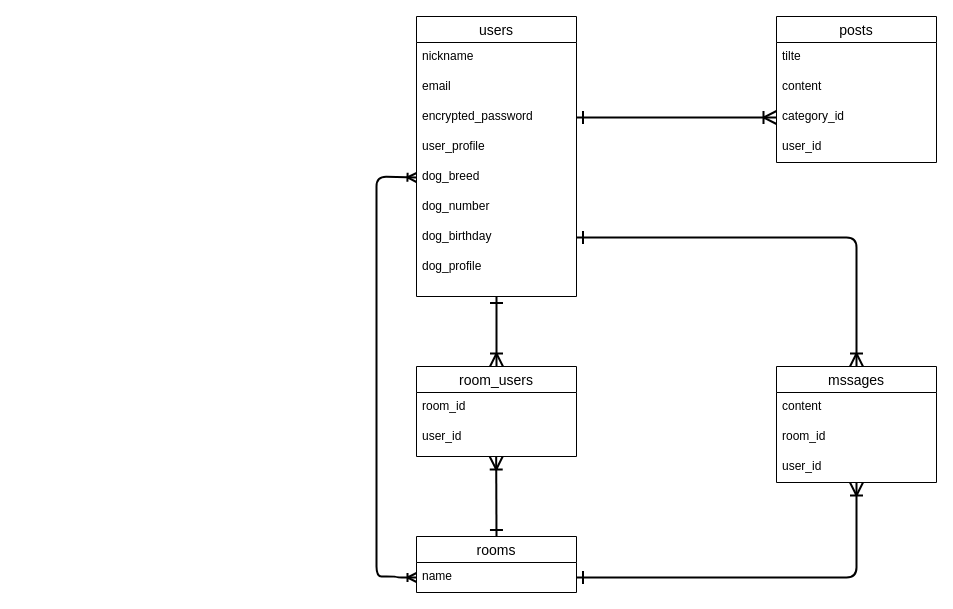
Earlier version of the draw.io diagram ER-picture.dio (tatsubou1545/originalapp-39073). Source tidied: cells renumbered, new cells numbered last; positions are measured from the earlier drawing's top-left corner, leaving out a move shared by most shapes. Both pictures are drawn from the tidied source at 100%, with x=0, y=0 at pixel (376, 16).
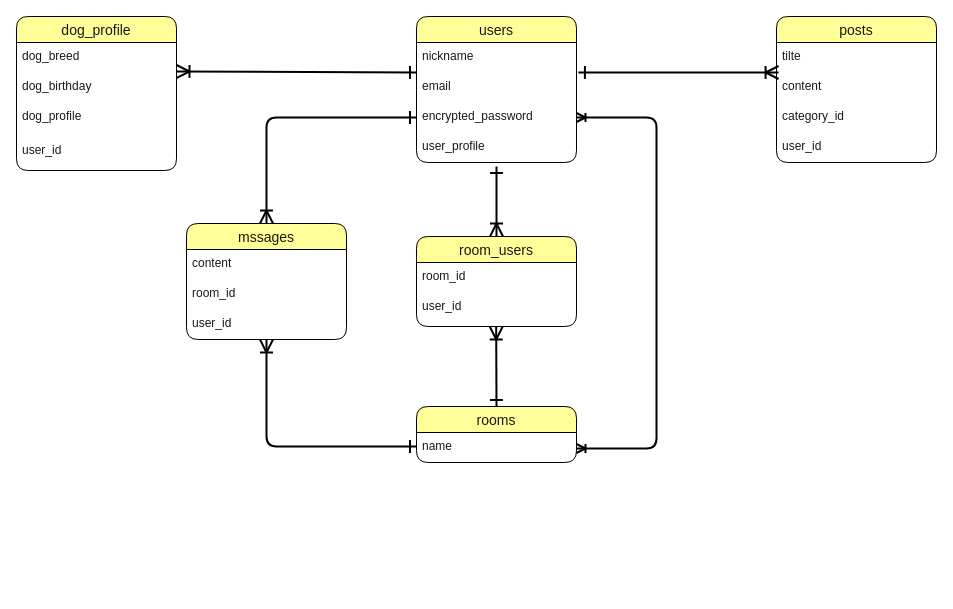
Above is the later version.

Diff of the diagram source:
```diff
@@
-<mxGraphModel>
+<mxGraphModel background="#ffffff">
@@
-    <mxCell id="2" value="posts" style="swimlane;fontStyle=0;horizontal=1;startSize=26;align=center;fontSize=14;" parent="1" vertex="1">
+    <mxCell id="2" value="posts" style="swimlane;fontStyle=0;horizontal=1;startSize=26;align=center;fontSize=14;rounded=1;fontColor=#000000;labelBackgroundColor=none;textOpacity=90;labelBorderColor=none;fillColor=#FFFF99;" parent="1" vertex="1">
       <mxGeometry x="400" width="160" height="146" as="geometry" />
     </mxCell>
-    <mxCell id="3" value="tilte" style="text;strokeColor=none;fillColor=none;spacingLeft=4;spacingRight=4;overflow=hidden;fontSize=12;" parent="2" vertex="1">
+    <mxCell id="3" value="tilte" style="text;strokeColor=none;fillColor=none;spacingLeft=4;spacingRight=4;overflow=hidden;fontSize=12;rounded=1;fontColor=#000000;labelBackgroundColor=none;textOpacity=90;labelBorderColor=none;" parent="2" vertex="1">
       <mxGeometry y="26" width="160" height="30" as="geometry" />
     </mxCell>
-    <mxCell id="4" value="content" style="text;strokeColor=none;fillColor=none;spacingLeft=4;spacingRight=4;overflow=hidden;points=[[0,0.5],[1,0.5]];portConstraint=eastwest;fontSize=12;" parent="2" vertex="1">
+    <mxCell id="4" value="content" style="text;strokeColor=none;fillColor=none;spacingLeft=4;spacingRight=4;overflow=hidden;points=[[0,0.5],[1,0.5]];portConstraint=eastwest;fontSize=12;rounded=1;fontColor=#000000;labelBackgroundColor=none;textOpacity=90;labelBorderColor=none;" parent="2" vertex="1">
       <mxGeometry y="56" width="160" height="30" as="geometry" />
     </mxCell>
-    <mxCell id="5" value="category_id" style="text;strokeColor=none;fillColor=none;spacingLeft=4;spacingRight=4;overflow=hidden;points=[[0,0.5],[1,0.5]];portConstraint=eastwest;fontSize=12;" parent="2" vertex="1">
+    <mxCell id="5" value="category_id" style="text;strokeColor=none;fillColor=none;spacingLeft=4;spacingRight=4;overflow=hidden;points=[[0,0.5],[1,0.5]];portConstraint=eastwest;fontSize=12;rounded=1;fontColor=#000000;labelBackgroundColor=none;textOpacity=90;labelBorderColor=none;" parent="2" vertex="1">
       <mxGeometry y="86" width="160" height="30" as="geometry" />
     </mxCell>
-    <mxCell id="6" value="user_id" style="text;strokeColor=none;fillColor=none;spacingLeft=4;spacingRight=4;overflow=hidden;fontSize=12;" parent="2" vertex="1">
+    <mxCell id="6" value="user_id" style="text;strokeColor=none;fillColor=none;spacingLeft=4;spacingRight=4;overflow=hidden;fontSize=12;rounded=1;fontColor=#000000;labelBackgroundColor=none;textOpacity=90;labelBorderColor=none;" parent="2" vertex="1">
       <mxGeometry y="116" width="160" height="30" as="geometry" />
     </mxCell>
-    <mxCell id="7" value="users" style="swimlane;fontStyle=0;horizontal=1;startSize=26;align=center;fontSize=14;" parent="1" vertex="1">
-      <mxGeometry x="40" width="160" height="280" as="geometry" />
+    <mxCell id="7" value="users" style="swimlane;fontStyle=0;horizontal=1;startSize=26;align=center;fontSize=14;rounded=1;fillColor=#FFFF99;fontColor=#000000;labelBackgroundColor=none;textOpacity=90;labelBorderColor=none;" parent="1" vertex="1">
+      <mxGeometry x="40" width="160" height="146" as="geometry" />
     </mxCell>
-    <mxCell id="8" value="nickname" style="text;strokeColor=none;fillColor=none;spacingLeft=4;spacingRight=4;overflow=hidden;fontSize=12;" parent="7" vertex="1">
+    <mxCell id="8" value="nickname" style="text;strokeColor=none;fillColor=none;spacingLeft=4;spacingRight=4;overflow=hidden;fontSize=12;rounded=1;fontColor=#000000;labelBackgroundColor=none;textOpacity=90;labelBorderColor=none;" parent="7" vertex="1">
       <mxGeometry y="26" width="160" height="30" as="geometry" />
     </mxCell>
-    <mxCell id="9" value="email" style="text;strokeColor=none;fillColor=none;spacingLeft=4;spacingRight=4;overflow=hidden;points=[[0,0.5],[1,0.5]];portConstraint=eastwest;fontSize=12;" parent="7" vertex="1">
+    <mxCell id="9" value="email" style="text;strokeColor=none;fillColor=none;spacingLeft=4;spacingRight=4;overflow=hidden;points=[[0,0.5],[1,0.5]];portConstraint=eastwest;fontSize=12;rounded=1;fontColor=#000000;labelBackgroundColor=none;textOpacity=90;labelBorderColor=none;" parent="7" vertex="1">
       <mxGeometry y="56" width="160" height="30" as="geometry" />
     </mxCell>
-    <mxCell id="10" value="encrypted_password" style="text;strokeColor=none;fillColor=none;spacingLeft=4;spacingRight=4;overflow=hidden;points=[[0,0.5],[1,0.5]];portConstraint=eastwest;fontSize=12;" parent="7" vertex="1">
+    <mxCell id="10" value="encrypted_password" style="text;strokeColor=none;fillColor=none;spacingLeft=4;spacingRight=4;overflow=hidden;points=[[0,0.5],[1,0.5]];portConstraint=eastwest;fontSize=12;rounded=1;fontColor=#000000;labelBackgroundColor=none;textOpacity=90;labelBorderColor=none;" parent="7" vertex="1">
       <mxGeometry y="86" width="160" height="30" as="geometry" />
     </mxCell>
-    <mxCell id="11" value="user_profile" style="text;strokeColor=none;fillColor=none;spacingLeft=4;spacingRight=4;overflow=hidden;fontSize=12;" parent="7" vertex="1">
+    <mxCell id="11" value="user_profile" style="text;strokeColor=none;fillColor=none;spacingLeft=4;spacingRight=4;overflow=hidden;fontSize=12;rounded=1;fontColor=#000000;labelBackgroundColor=none;textOpacity=90;labelBorderColor=none;" parent="7" vertex="1">
       <mxGeometry y="116" width="160" height="30" as="geometry" />
     </mxCell>
-    <mxCell id="12" value="dog_breed" style="text;strokeColor=none;fillColor=none;spacingLeft=4;spacingRight=4;overflow=hidden;points=[[0,0.5],[1,0.5]];portConstraint=eastwest;fontSize=12;" parent="7" vertex="1">
-      <mxGeometry y="146" width="160" height="30" as="geometry" />
-    </mxCell>
-    <mxCell id="13" value="dog_number" style="text;strokeColor=none;fillColor=none;spacingLeft=4;spacingRight=4;overflow=hidden;fontSize=12;" parent="7" vertex="1">
-      <mxGeometry y="176" width="160" height="30" as="geometry" />
-    </mxCell>
-    <mxCell id="14" value="dog_birthday" style="text;strokeColor=none;fillColor=none;spacingLeft=4;spacingRight=4;overflow=hidden;points=[[0,0.5],[1,0.5]];portConstraint=eastwest;fontSize=12;" parent="7" vertex="1">
-      <mxGeometry y="206" width="160" height="30" as="geometry" />
-    </mxCell>
-    <mxCell id="15" value="dog_profile" style="text;strokeColor=none;fillColor=none;spacingLeft=4;spacingRight=4;overflow=hidden;fontSize=12;" parent="7" vertex="1">
-      <mxGeometry y="236" width="160" height="44" as="geometry" />
-    </mxCell>
-    <mxCell id="16" value="rooms" style="swimlane;fontStyle=0;horizontal=1;startSize=26;align=center;fontSize=14;" parent="1" vertex="1">
-      <mxGeometry x="40" y="520" width="160" height="56" as="geometry" />
+    <mxCell id="16" value="rooms" style="swimlane;fontStyle=0;horizontal=1;startSize=26;align=center;fontSize=14;rounded=1;fontColor=#000000;labelBackgroundColor=none;textOpacity=90;labelBorderColor=none;fillColor=#FFFF99;" parent="1" vertex="1">
+      <mxGeometry x="40" y="390" width="160" height="56" as="geometry" />
     </mxCell>
-    <mxCell id="17" value="name" style="text;strokeColor=none;fillColor=none;spacingLeft=4;spacingRight=4;overflow=hidden;points=[[0,0.5],[1,0.5]];portConstraint=eastwest;fontSize=12;" parent="16" vertex="1">
+    <mxCell id="17" value="name" style="text;strokeColor=none;fillColor=none;spacingLeft=4;spacingRight=4;overflow=hidden;points=[[0,0.5],[1,0.5]];portConstraint=eastwest;fontSize=12;rounded=1;fontColor=#000000;labelBackgroundColor=none;textOpacity=90;labelBorderColor=none;" parent="16" vertex="1">
       <mxGeometry y="26" width="160" height="30" as="geometry" />
     </mxCell>
+    <mxCell id="31" style="edgeStyle=none;html=1;exitX=0;exitY=0.75;exitDx=0;exitDy=0;rounded=1;fontColor=#000000;labelBackgroundColor=none;textOpacity=90;labelBorderColor=none;" parent="16" edge="1" source="16" target="17">
+      <mxGeometry relative="1" as="geometry" />
+    </mxCell>
-    <mxCell id="18" value="room_users" style="swimlane;fontStyle=0;horizontal=1;startSize=26;align=center;fontSize=14;" parent="1" vertex="1">
-      <mxGeometry x="40" y="350" width="160" height="90" as="geometry" />
+    <mxCell id="18" value="room_users" style="swimlane;fontStyle=0;horizontal=1;startSize=26;align=center;fontSize=14;rounded=1;fontColor=#000000;labelBackgroundColor=none;textOpacity=90;labelBorderColor=none;fillStyle=auto;swimlaneFillColor=none;fillColor=#FFFF99;" parent="1" vertex="1">
+      <mxGeometry x="40" y="220" width="160" height="90" as="geometry" />
     </mxCell>
-    <mxCell id="19" value="room_id" style="text;strokeColor=none;fillColor=none;spacingLeft=4;spacingRight=4;overflow=hidden;fontSize=12;" parent="18" vertex="1">
+    <mxCell id="19" value="room_id" style="text;strokeColor=none;fillColor=none;spacingLeft=4;spacingRight=4;overflow=hidden;fontSize=12;rounded=1;fontColor=#000000;labelBackgroundColor=none;textOpacity=90;labelBorderColor=none;" parent="18" vertex="1">
       <mxGeometry y="26" width="160" height="30" as="geometry" />
     </mxCell>
-    <mxCell id="20" value="user_id" style="text;strokeColor=none;fillColor=none;spacingLeft=4;spacingRight=4;overflow=hidden;points=[[0,0.5],[1,0.5]];portConstraint=eastwest;fontSize=12;" parent="18" vertex="1">
+    <mxCell id="20" value="user_id" style="text;strokeColor=none;fillColor=none;spacingLeft=4;spacingRight=4;overflow=hidden;points=[[0,0.5],[1,0.5]];portConstraint=eastwest;fontSize=12;rounded=1;fontColor=#000000;labelBackgroundColor=none;textOpacity=90;labelBorderColor=none;" parent="18" vertex="1">
       <mxGeometry y="56" width="160" height="34" as="geometry" />
     </mxCell>
-    <mxCell id="21" value="mssages" style="swimlane;fontStyle=0;horizontal=1;startSize=26;align=center;fontSize=14;" parent="1" vertex="1">
-      <mxGeometry x="400" y="350" width="160" height="116" as="geometry" />
+    <mxCell id="21" value="mssages" style="swimlane;fontStyle=0;horizontal=1;startSize=26;align=center;fontSize=14;rounded=1;fontColor=#000000;labelBackgroundColor=none;textOpacity=90;labelBorderColor=none;fillColor=#FFFF99;" parent="1" vertex="1">
+      <mxGeometry x="-190" y="207" width="160" height="116" as="geometry" />
     </mxCell>
-    <mxCell id="22" value="content" style="text;strokeColor=none;fillColor=none;spacingLeft=4;spacingRight=4;overflow=hidden;fontSize=12;" parent="21" vertex="1">
+    <mxCell id="22" value="content" style="text;strokeColor=none;fillColor=none;spacingLeft=4;spacingRight=4;overflow=hidden;fontSize=12;rounded=1;fontColor=#000000;labelBackgroundColor=none;textOpacity=90;labelBorderColor=none;" parent="21" vertex="1">
       <mxGeometry y="26" width="160" height="30" as="geometry" />
     </mxCell>
-    <mxCell id="23" value="room_id" style="text;strokeColor=none;fillColor=none;spacingLeft=4;spacingRight=4;overflow=hidden;fontSize=12;" parent="21" vertex="1">
+    <mxCell id="23" value="room_id" style="text;strokeColor=none;fillColor=none;spacingLeft=4;spacingRight=4;overflow=hidden;fontSize=12;rounded=1;fontColor=#000000;labelBackgroundColor=none;textOpacity=90;labelBorderColor=none;" parent="21" vertex="1">
       <mxGeometry y="56" width="160" height="30" as="geometry" />
     </mxCell>
-    <mxCell id="24" value="user_id" style="text;strokeColor=none;fillColor=none;spacingLeft=4;spacingRight=4;overflow=hidden;fontSize=12;" parent="21" vertex="1">
+    <mxCell id="24" value="user_id" style="text;strokeColor=none;fillColor=none;spacingLeft=4;spacingRight=4;overflow=hidden;fontSize=12;rounded=1;fontColor=#000000;labelBackgroundColor=none;textOpacity=90;labelBorderColor=none;" parent="21" vertex="1">
       <mxGeometry y="86" width="160" height="30" as="geometry" />
     </mxCell>
-    <mxCell id="25" style="fontSize=12;html=1;endArrow=ERoneToMany;entryX=0;entryY=0.5;entryDx=0;entryDy=0;exitX=1;exitY=0.5;exitDx=0;exitDy=0;startArrow=ERone;startFill=0;strokeWidth=2;endSize=10;startSize=10;" parent="1" edge="1" source="10" target="5">
+    <mxCell id="25" style="fontSize=12;html=1;endArrow=ERoneToMany;entryX=0.013;entryY=0;entryDx=0;entryDy=0;exitX=1.012;exitY=0;exitDx=0;exitDy=0;startArrow=ERone;startFill=0;strokeWidth=2;endSize=10;startSize=10;exitPerimeter=0;entryPerimeter=0;rounded=1;fontColor=#000000;labelBackgroundColor=none;textOpacity=90;labelBorderColor=none;" parent="1" edge="1" source="9" target="4">
       <mxGeometry relative="1" as="geometry" />
     </mxCell>
-    <mxCell id="26" style="fontSize=12;html=1;endArrow=ERoneToMany;entryX=0.5;entryY=0;entryDx=0;entryDy=0;startArrow=ERone;startFill=0;strokeWidth=2;endSize=10;startSize=10;" parent="1" edge="1" target="18">
+    <mxCell id="26" style="fontSize=12;html=1;endArrow=ERoneToMany;entryX=0.5;entryY=0;entryDx=0;entryDy=0;startArrow=ERone;startFill=0;strokeWidth=2;endSize=10;startSize=10;rounded=1;fontColor=#000000;labelBackgroundColor=none;textOpacity=90;labelBorderColor=none;" parent="1" edge="1" target="18">
       <mxGeometry relative="1" as="geometry">
-        <mxPoint x="120" y="280" as="sourcePoint" />
+        <mxPoint x="120" y="150" as="sourcePoint" />
       </mxGeometry>
     </mxCell>
-    <mxCell id="27" style="fontSize=12;html=1;endArrow=ERoneToMany;entryX=0.498;entryY=1;entryDx=0;entryDy=0;exitX=0.5;exitY=0;exitDx=0;exitDy=0;startArrow=ERone;startFill=0;strokeWidth=2;endSize=10;startSize=10;entryPerimeter=0;" parent="1" edge="1" source="16" target="20">
+    <mxCell id="27" style="fontSize=12;html=1;endArrow=ERoneToMany;entryX=0.498;entryY=1;entryDx=0;entryDy=0;exitX=0.5;exitY=0;exitDx=0;exitDy=0;startArrow=ERone;startFill=0;strokeWidth=2;endSize=10;startSize=10;entryPerimeter=0;rounded=1;fontColor=#000000;labelBackgroundColor=none;textOpacity=90;labelBorderColor=none;" parent="1" edge="1" source="16" target="20">
       <mxGeometry relative="1" as="geometry" />
     </mxCell>
-    <mxCell id="28" style="edgeStyle=orthogonalEdgeStyle;fontSize=12;html=1;endArrow=ERoneToMany;startArrow=ERoneToMany;strokeWidth=2;exitX=0;exitY=0.5;exitDx=0;exitDy=0;entryX=0;entryY=0.5;entryDx=0;entryDy=0;" parent="1" edge="1" source="17" target="12">
+    <mxCell id="28" style="edgeStyle=orthogonalEdgeStyle;fontSize=12;html=1;endArrow=ERoneToMany;startArrow=ERoneToMany;strokeWidth=2;entryX=1;entryY=0.5;entryDx=0;entryDy=0;rounded=1;fontColor=#000000;labelBackgroundColor=none;textOpacity=90;labelBorderColor=none;" parent="1" edge="1" target="10">
       <mxGeometry relative="1" as="geometry">
+        <mxPoint x="200" y="432" as="sourcePoint" />
         <Array as="points">
-          <mxPoint x="20" y="561" />
-          <mxPoint x="20" y="560" />
-          <mxPoint y="560" />
-          <mxPoint y="160" />
+          <mxPoint x="280" y="432" />
+          <mxPoint x="280" y="101" />
         </Array>
       </mxGeometry>
     </mxCell>
-    <mxCell id="29" style="fontSize=12;html=1;endArrow=ERoneToMany;entryX=0.5;entryY=0;entryDx=0;entryDy=0;exitX=1;exitY=0.5;exitDx=0;exitDy=0;startArrow=ERone;startFill=0;strokeWidth=2;endSize=10;startSize=10;edgeStyle=orthogonalEdgeStyle;" parent="1" edge="1" source="14" target="21">
-      <mxGeometry relative="1" as="geometry" />
+    <mxCell id="29" style="fontSize=12;html=1;endArrow=ERoneToMany;entryX=0.5;entryY=0;entryDx=0;entryDy=0;startArrow=ERone;startFill=0;strokeWidth=2;endSize=10;startSize=10;edgeStyle=orthogonalEdgeStyle;rounded=1;fontColor=#000000;labelBackgroundColor=none;textOpacity=90;labelBorderColor=none;" parent="1" edge="1" target="21">
+      <mxGeometry relative="1" as="geometry">
+        <mxPoint x="40" y="101" as="sourcePoint" />
+        <Array as="points">
+          <mxPoint x="-110" y="101" />
+        </Array>
+      </mxGeometry>
     </mxCell>
-    <mxCell id="30" style="fontSize=12;html=1;endArrow=ERoneToMany;entryX=0.5;entryY=1;entryDx=0;entryDy=0;exitX=1;exitY=0.5;exitDx=0;exitDy=0;startArrow=ERone;startFill=0;strokeWidth=2;endSize=10;startSize=10;edgeStyle=orthogonalEdgeStyle;" parent="1" edge="1" source="17" target="21">
-      <mxGeometry relative="1" as="geometry" />
+    <mxCell id="30" style="fontSize=12;html=1;endArrow=ERoneToMany;entryX=0.5;entryY=1;entryDx=0;entryDy=0;startArrow=ERone;startFill=0;strokeWidth=2;endSize=10;startSize=10;edgeStyle=orthogonalEdgeStyle;rounded=1;fontColor=#000000;labelBackgroundColor=none;textOpacity=90;labelBorderColor=none;" parent="1" edge="1" source="17" target="21">
+      <mxGeometry relative="1" as="geometry">
+        <Array as="points">
+          <mxPoint x="-110" y="430" />
+        </Array>
+      </mxGeometry>
     </mxCell>
+    <mxCell id="32" value="dog_profile" style="swimlane;fontStyle=0;horizontal=1;startSize=26;align=center;fontSize=14;rounded=1;fontColor=#000000;labelBackgroundColor=none;textOpacity=90;labelBorderColor=none;fillColor=#FFFF99;" parent="1" vertex="1">
+      <mxGeometry x="-360" width="160" height="154" as="geometry" />
+    </mxCell>
+    <mxCell id="12" value="dog_breed" style="text;strokeColor=none;fillColor=none;spacingLeft=4;spacingRight=4;overflow=hidden;points=[[0,0.5],[1,0.5]];portConstraint=eastwest;fontSize=12;rounded=1;fontColor=#000000;labelBackgroundColor=none;textOpacity=90;labelBorderColor=none;" parent="32" vertex="1">
+      <mxGeometry y="26" width="160" height="30" as="geometry" />
+    </mxCell>
+    <mxCell id="14" value="dog_birthday" style="text;strokeColor=none;fillColor=none;spacingLeft=4;spacingRight=4;overflow=hidden;points=[[0,0.5],[1,0.5]];portConstraint=eastwest;fontSize=12;rounded=1;fontColor=#000000;labelBackgroundColor=none;textOpacity=90;labelBorderColor=none;" parent="32" vertex="1">
+      <mxGeometry y="56" width="160" height="30" as="geometry" />
+    </mxCell>
+    <mxCell id="15" value="dog_profile" style="text;strokeColor=none;fillColor=none;spacingLeft=4;spacingRight=4;overflow=hidden;fontSize=12;rounded=1;fontColor=#000000;labelBackgroundColor=none;textOpacity=90;labelBorderColor=none;" parent="32" vertex="1">
+      <mxGeometry y="86" width="160" height="34" as="geometry" />
+    </mxCell>
+    <mxCell id="33" value="user_id" style="text;strokeColor=none;fillColor=none;spacingLeft=4;spacingRight=4;overflow=hidden;fontSize=12;rounded=1;fontColor=#000000;labelBackgroundColor=none;textOpacity=90;labelBorderColor=none;" parent="32" vertex="1">
+      <mxGeometry y="120" width="160" height="34" as="geometry" />
+    </mxCell>
+    <mxCell id="34" style="fontSize=12;html=1;endArrow=ERoneToMany;startArrow=ERone;startFill=0;strokeWidth=2;endSize=10;startSize=10;exitX=0;exitY=0.5;exitDx=0;exitDy=0;rounded=1;fontColor=#000000;labelBackgroundColor=none;textOpacity=90;labelBorderColor=none;" parent="1" edge="1">
+      <mxGeometry relative="1" as="geometry">
+        <mxPoint x="40" y="56" as="sourcePoint" />
+        <mxPoint x="-200" y="55" as="targetPoint" />
+      </mxGeometry>
+    </mxCell>
```
